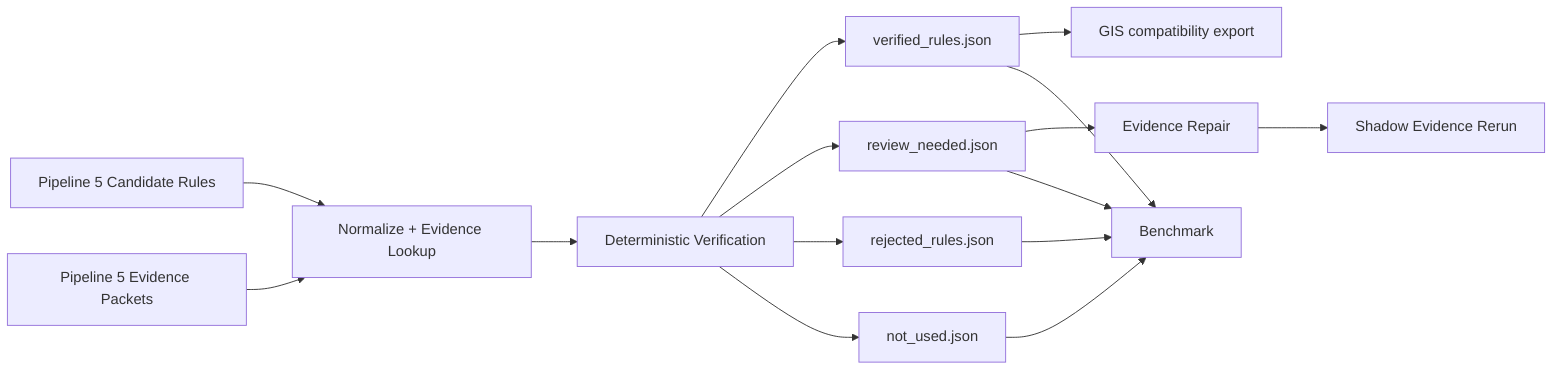
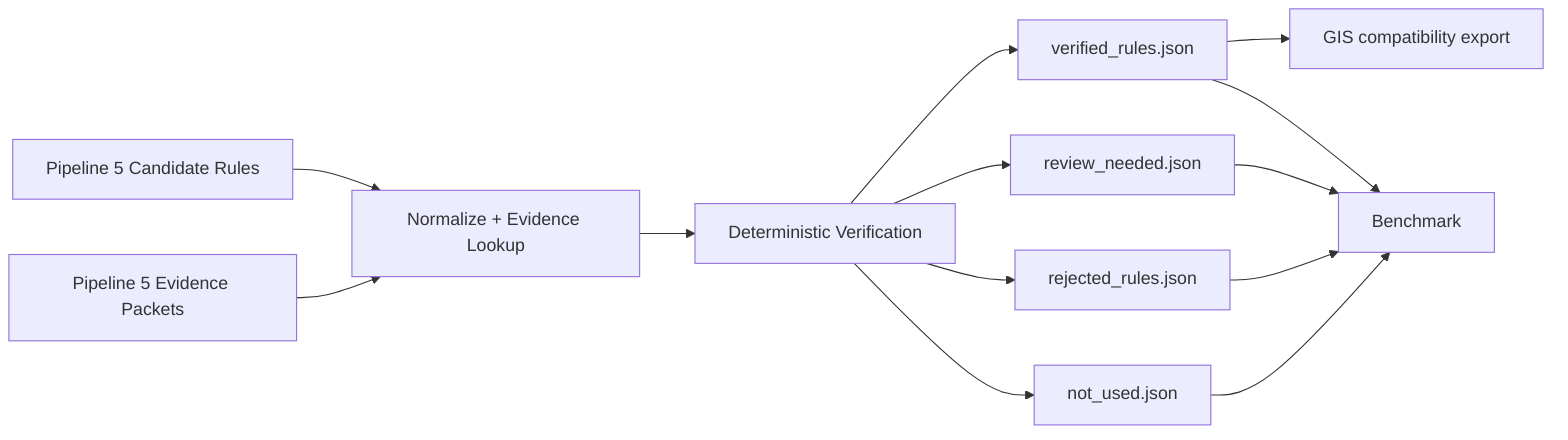
flowchart LR
  A[Pipeline 5 Candidate Rules] --> C[Normalize + Evidence Lookup]
  B[Pipeline 5 Evidence Packets] --> C
  C --> D[Deterministic Verification]
  D --> E[verified_rules.json]
  D --> F[review_needed.json]
  D --> G[rejected_rules.json]
  D --> H[not_used.json]
-   F --> K[Evidence Repair]
-   K --> L[Shadow Evidence Rerun]
  E --> I[GIS compatibility export]
  E --> J[Benchmark]
  F --> J
  G --> J
  H --> J
